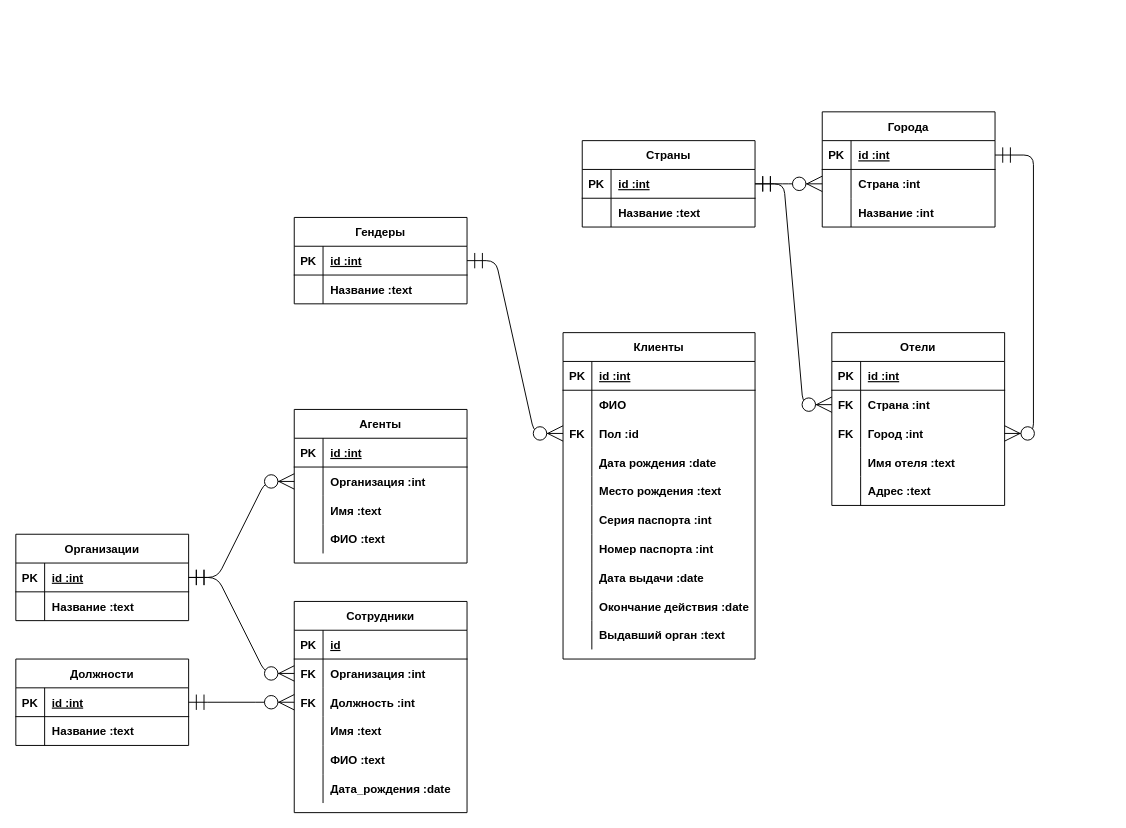
demicuz/diagrams keeps this draw.io diagram as diagrams/Untitled Diagram.drawio. Above is the earlier version. Source tidied: cells renumbered, new cells numbered last; positions are measured from the earlier drawing's top-left corner, leaving out a move shared by most shapes. Both pictures are drawn from the tidied source at 96%, with x=0, y=0 at pixel (15, 111).
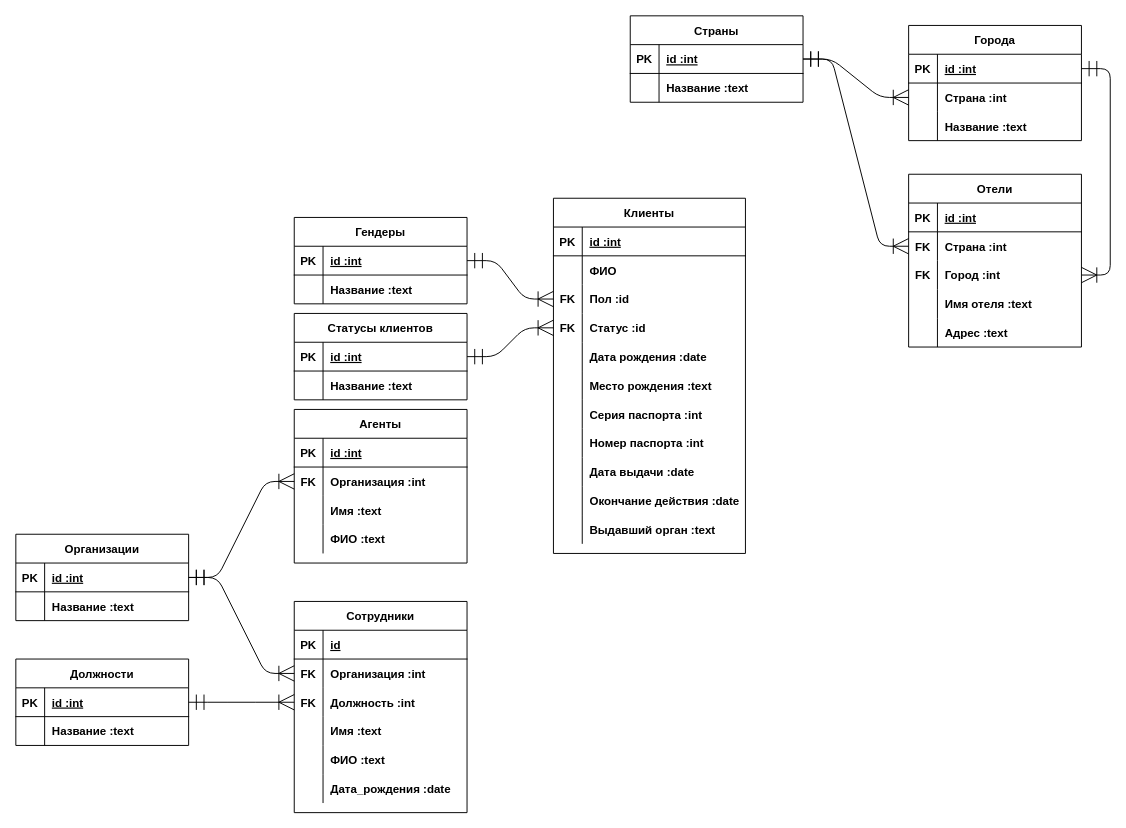
Above is the later version.

The change refers to these unchanged cells:
```xml
<mxCell id="6" style="shape=partialRectangle;fillColor=none;top=0;left=0;bottom=0;right=0;points=[[0,0.5],[1,0.5]];portConstraint=eastwest;" parent="2" vertex="1">
  <mxGeometry y="60" width="180" height="30" as="geometry" />
</mxCell>
<mxCell id="19" style="shape=partialRectangle;fillColor=none;top=0;left=0;bottom=0;right=0;points=[[0,0.5],[1,0.5]];portConstraint=eastwest;" parent="15" vertex="1">
  <mxGeometry y="60" width="180" height="30" as="geometry" />
</mxCell>
<mxCell id="22" style="shape=partialRectangle;fillColor=none;top=0;left=0;bottom=0;right=0;points=[[0,0.5],[1,0.5]];portConstraint=eastwest;" parent="15" vertex="1">
  <mxGeometry y="90" width="180" height="30" as="geometry" />
</mxCell>
<mxCell id="35" style="shape=partialRectangle;fillColor=none;top=0;left=0;bottom=1;right=0;points=[[0,0.5],[1,0.5]];portConstraint=eastwest;" parent="34" vertex="1">
  <mxGeometry y="30" width="180" height="30" as="geometry" />
</mxCell>
<mxCell id="46" style="shape=partialRectangle;fillColor=none;top=0;left=0;bottom=1;right=0;points=[[0,0.5],[1,0.5]];portConstraint=eastwest;" parent="45" vertex="1">
  <mxGeometry y="30" width="180" height="30" as="geometry" />
</mxCell>
<mxCell id="64" style="shape=partialRectangle;fillColor=none;top=0;left=0;bottom=0;right=0;points=[[0,0.5],[1,0.5]];portConstraint=eastwest;" parent="57" vertex="1">
  <mxGeometry y="90" width="200" height="30" as="geometry" />
</mxCell>
<mxCell id="89" style="shape=partialRectangle;fillColor=none;top=0;left=0;bottom=1;right=0;points=[[0,0.5],[1,0.5]];portConstraint=eastwest;" parent="88" vertex="1">
  <mxGeometry y="30" width="180" height="30" as="geometry" />
</mxCell>
<mxCell id="103" style="shape=partialRectangle;fillColor=none;top=0;left=0;bottom=0;right=0;points=[[0,0.5],[1,0.5]];portConstraint=eastwest;" parent="99" vertex="1">
  <mxGeometry y="60" width="180" height="30" as="geometry" />
</mxCell>
<mxCell id="106" style="shape=partialRectangle;fillColor=none;top=0;left=0;bottom=0;right=0;points=[[0,0.5],[1,0.5]];portConstraint=eastwest;" parent="99" vertex="1">
  <mxGeometry y="90" width="180" height="30" as="geometry" />
</mxCell>
<mxCell id="122" style="shape=partialRectangle;fillColor=none;top=0;left=0;bottom=1;right=0;points=[[0,0.5],[1,0.5]];portConstraint=eastwest;" parent="121" vertex="1">
  <mxGeometry y="30" width="180" height="30" as="geometry" />
</mxCell>
<mxCell id="132" style="shape=partialRectangle;fillColor=none;top=0;left=0;bottom=1;right=0;points=[[0,0.5],[1,0.5]];portConstraint=eastwest;" parent="131" vertex="1">
  <mxGeometry y="30" width="180" height="30" as="geometry" />
</mxCell>
<mxCell id="135" style="shape=partialRectangle;fillColor=none;top=0;left=0;bottom=0;right=0;points=[[0,0.5],[1,0.5]];portConstraint=eastwest;" parent="131" vertex="1">
  <mxGeometry y="60" width="180" height="30" as="geometry" />
</mxCell>
<mxCell id="138" style="shape=partialRectangle;fillColor=none;top=0;left=0;bottom=0;right=0;" parent="131" vertex="1">
  <mxGeometry y="90" width="180" height="30" as="geometry" />
</mxCell>
```

What changed in the source:
```diff
@@
-    <mxCell id="7" style="shape=partialRectangle;fillColor=none;top=0;left=0;bottom=0;right=0;overflow=hidden;" parent="6" vertex="1">
+    <mxCell id="7" value="FK" style="shape=partialRectangle;fillColor=none;top=0;left=0;bottom=0;right=0;overflow=hidden;fontStyle=1;" parent="6" vertex="1">
       <mxGeometry width="30" height="30" as="geometry" />
     </mxCell>
@@
-    <mxCell id="44" style="edgeStyle=entityRelationEdgeStyle;fontSize=12;html=1;endArrow=ERzeroToMany;startArrow=ERmandOne;startSize=14;endSize=14;sourcePerimeterSpacing=0;targetPerimeterSpacing=0;strokeColor=default;" parent="1" edge="1" source="35" target="22">
-      <mxGeometry relative="1" as="geometry" />
-    </mxCell>
@@
-    <mxCell id="55" style="edgeStyle=entityRelationEdgeStyle;fontSize=12;html=1;endArrow=ERzeroToMany;startArrow=ERmandOne;startSize=14;endSize=14;sourcePerimeterSpacing=0;targetPerimeterSpacing=0;strokeColor=default;" parent="1" edge="1" source="46" target="19">
-      <mxGeometry relative="1" as="geometry" />
-    </mxCell>
-    <mxCell id="56" style="edgeStyle=entityRelationEdgeStyle;fontSize=12;html=1;endArrow=ERzeroToMany;startArrow=ERmandOne;startSize=14;endSize=14;sourcePerimeterSpacing=0;targetPerimeterSpacing=0;strokeColor=default;" parent="1" edge="1" source="46" target="6">
-      <mxGeometry relative="1" as="geometry" />
-    </mxCell>
     <mxCell id="57" value="Клиенты" style="shape=table;startSize=30;childLayout=tableLayout;rowLines=0;fontStyle=1;align=center;hachureGap=4;" parent="1" vertex="1">
-      <mxGeometry x="570" y="230" width="200" height="340" as="geometry" />
+      <mxGeometry x="560" y="90" width="200" height="370" as="geometry" />
     </mxCell>
@@
+    <mxCell id="147" style="shape=partialRectangle;fillColor=none;top=0;left=0;bottom=0;right=0;points=[[0,0.5],[1,0.5]];portConstraint=eastwest;" parent="57" vertex="1">
+      <mxGeometry y="120" width="200" height="30" as="geometry" />
+    </mxCell>
+    <mxCell id="148" value="FK" style="shape=partialRectangle;fillColor=none;top=0;left=0;bottom=0;right=0;overflow=hidden;fontStyle=1;" parent="147" vertex="1">
+      <mxGeometry width="30" height="30" as="geometry" />
+    </mxCell>
+    <mxCell id="149" value="Статус :id" style="shape=partialRectangle;fillColor=none;top=0;left=0;bottom=0;right=0;align=left;spacingLeft=6;overflow=hidden;fontStyle=1;" parent="147" vertex="1">
+      <mxGeometry x="30" width="170" height="30" as="geometry" />
+    </mxCell>
     <mxCell id="67" style="shape=partialRectangle;fillColor=none;top=0;left=0;bottom=0;right=0;" parent="57" vertex="1">
-      <mxGeometry y="120" width="200" height="30" as="geometry" />
+      <mxGeometry y="150" width="200" height="30" as="geometry" />
     </mxCell>
@@
     <mxCell id="70" style="shape=partialRectangle;fillColor=none;top=0;left=0;bottom=0;right=0;" parent="57" vertex="1">
-      <mxGeometry y="150" width="200" height="30" as="geometry" />
+      <mxGeometry y="180" width="200" height="30" as="geometry" />
     </mxCell>
@@
     <mxCell id="73" style="shape=partialRectangle;fillColor=none;top=0;left=0;bottom=0;right=0;" parent="57" vertex="1">
-      <mxGeometry y="180" width="200" height="30" as="geometry" />
+      <mxGeometry y="210" width="200" height="30" as="geometry" />
     </mxCell>
@@
     <mxCell id="76" style="shape=partialRectangle;fillColor=none;top=0;left=0;bottom=0;right=0;" parent="57" vertex="1">
-      <mxGeometry y="210" width="200" height="30" as="geometry" />
+      <mxGeometry y="240" width="200" height="30" as="geometry" />
     </mxCell>
@@
     <mxCell id="79" style="shape=partialRectangle;fillColor=none;top=0;left=0;bottom=0;right=0;" parent="57" vertex="1">
-      <mxGeometry y="240" width="200" height="30" as="geometry" />
+      <mxGeometry y="270" width="200" height="30" as="geometry" />
     </mxCell>
@@
     <mxCell id="82" style="shape=partialRectangle;fillColor=none;top=0;left=0;bottom=0;right=0;" parent="57" vertex="1">
-      <mxGeometry y="270" width="200" height="30" as="geometry" />
+      <mxGeometry y="300" width="200" height="30" as="geometry" />
     </mxCell>
@@
     <mxCell id="85" style="shape=partialRectangle;fillColor=none;top=0;left=0;bottom=0;right=0;" parent="57" vertex="1">
-      <mxGeometry y="300" width="200" height="30" as="geometry" />
+      <mxGeometry y="330" width="200" height="30" as="geometry" />
     </mxCell>
@@
-    <mxCell id="98" style="edgeStyle=entityRelationEdgeStyle;fontSize=12;html=1;endArrow=ERzeroToMany;startArrow=ERmandOne;startSize=14;endSize=14;sourcePerimeterSpacing=0;targetPerimeterSpacing=0;strokeColor=default;" parent="1" edge="1" source="89" target="64">
-      <mxGeometry relative="1" as="geometry" />
-    </mxCell>
     <mxCell id="99" value="Отели" style="shape=table;startSize=30;childLayout=tableLayout;rowLines=0;fontStyle=1;align=center;hachureGap=4;" parent="1" vertex="1">
-      <mxGeometry x="850" y="230" width="180" height="180" as="geometry" />
+      <mxGeometry x="930" y="65" width="180" height="180" as="geometry" />
     </mxCell>
@@
     <mxCell id="121" value="Страны" style="shape=table;startSize=30;childLayout=tableLayout;rowLines=0;fontStyle=1;align=center;hachureGap=4;" parent="1" vertex="1">
-      <mxGeometry x="590" y="30" width="180" height="90" as="geometry" />
+      <mxGeometry x="640" y="-100" width="180" height="90" as="geometry" />
     </mxCell>
@@
     <mxCell id="131" value="Города" style="shape=table;startSize=30;childLayout=tableLayout;rowLines=0;fontStyle=1;align=center;hachureGap=4;" parent="1" vertex="1">
-      <mxGeometry x="840" width="180" height="120" as="geometry" />
+      <mxGeometry x="930" y="-90" width="180" height="120" as="geometry" />
     </mxCell>
@@
-    <mxCell id="140" value="Название :int" style="shape=partialRectangle;fillColor=none;top=0;left=0;bottom=0;right=0;align=left;spacingLeft=6;overflow=hidden;fontStyle=1;" parent="138" vertex="1">
+    <mxCell id="140" value="Название :text" style="shape=partialRectangle;fillColor=none;top=0;left=0;bottom=0;right=0;align=left;spacingLeft=6;overflow=hidden;fontStyle=1;" parent="138" vertex="1">
       <mxGeometry x="30" width="150" height="30" as="geometry" />
     </mxCell>
@@
+    <mxCell id="150" value="Статусы клиентов" style="shape=table;startSize=30;childLayout=tableLayout;rowLines=0;fontStyle=1;align=center;hachureGap=4;" parent="1" vertex="1">
+      <mxGeometry x="290" y="210" width="180" height="90" as="geometry" />
+    </mxCell>
+    <mxCell id="151" style="shape=partialRectangle;fillColor=none;top=0;left=0;bottom=1;right=0;points=[[0,0.5],[1,0.5]];portConstraint=eastwest;" parent="150" vertex="1">
+      <mxGeometry y="30" width="180" height="30" as="geometry" />
+    </mxCell>
+    <mxCell id="152" value="PK" style="shape=partialRectangle;fillColor=none;top=0;left=0;bottom=0;right=0;fontStyle=1;overflow=hidden;" parent="151" vertex="1">
+      <mxGeometry width="30" height="30" as="geometry" />
+    </mxCell>
+    <mxCell id="153" value="id :int" style="shape=partialRectangle;fillColor=none;top=0;left=0;bottom=0;right=0;align=left;spacingLeft=6;fontStyle=5;overflow=hidden;" parent="151" vertex="1">
+      <mxGeometry x="30" width="150" height="30" as="geometry" />
+    </mxCell>
+    <mxCell id="154" style="shape=partialRectangle;fillColor=none;top=0;left=0;bottom=0;right=0;" parent="150" vertex="1">
+      <mxGeometry y="60" width="180" height="30" as="geometry" />
+    </mxCell>
+    <mxCell id="155" style="shape=partialRectangle;fillColor=none;top=0;left=0;bottom=0;right=0;overflow=hidden;" parent="154" vertex="1">
+      <mxGeometry width="30" height="30" as="geometry" />
+    </mxCell>
+    <mxCell id="156" value="Название :text" style="shape=partialRectangle;fillColor=none;top=0;left=0;bottom=0;right=0;align=left;spacingLeft=6;overflow=hidden;fontStyle=1;" parent="154" vertex="1">
+      <mxGeometry x="30" width="150" height="30" as="geometry" />
+    </mxCell>
+    <mxCell id="157" style="shape=partialRectangle;fillColor=none;top=0;left=0;bottom=0;right=0;" parent="150" vertex="1">
+      <mxGeometry y="90" width="180" as="geometry" />
+    </mxCell>
+    <mxCell id="158" style="shape=partialRectangle;fillColor=none;top=0;left=0;bottom=0;right=0;overflow=hidden;" parent="157" vertex="1">
+      <mxGeometry width="30" as="geometry" />
+    </mxCell>
+    <mxCell id="159" style="shape=partialRectangle;fillColor=none;top=0;left=0;bottom=0;right=0;align=left;spacingLeft=6;overflow=hidden;" parent="157" vertex="1">
+      <mxGeometry x="30" width="150" as="geometry" />
+    </mxCell>
+    <mxCell id="160" style="shape=partialRectangle;fillColor=none;top=0;left=0;bottom=0;right=0;" parent="150" vertex="1">
+      <mxGeometry y="90" width="180" as="geometry" />
+    </mxCell>
+    <mxCell id="161" style="shape=partialRectangle;fillColor=none;top=0;left=0;bottom=0;right=0;overflow=hidden;" parent="160" vertex="1">
+      <mxGeometry width="30" as="geometry" />
+    </mxCell>
+    <mxCell id="162" style="shape=partialRectangle;fillColor=none;top=0;left=0;bottom=0;right=0;align=left;spacingLeft=6;overflow=hidden;" parent="160" vertex="1">
+      <mxGeometry x="30" width="150" as="geometry" />
+    </mxCell>
+    <mxCell id="44" style="edgeStyle=entityRelationEdgeStyle;fontSize=12;html=1;endArrow=ERoneToMany;startArrow=ERmandOne;startSize=14;endSize=14;sourcePerimeterSpacing=0;targetPerimeterSpacing=0;" parent="1" edge="1" source="35" target="22">
+      <mxGeometry relative="1" as="geometry" />
+    </mxCell>
+    <mxCell id="55" style="edgeStyle=entityRelationEdgeStyle;fontSize=12;html=1;endArrow=ERoneToMany;startArrow=ERmandOne;startSize=14;endSize=14;sourcePerimeterSpacing=0;targetPerimeterSpacing=0;" parent="1" edge="1" source="46" target="19">
+      <mxGeometry relative="1" as="geometry" />
+    </mxCell>
+    <mxCell id="56" style="edgeStyle=entityRelationEdgeStyle;fontSize=12;html=1;endArrow=ERoneToMany;startArrow=ERmandOne;startSize=14;endSize=14;sourcePerimeterSpacing=0;targetPerimeterSpacing=0;" parent="1" edge="1" source="46" target="6">
+      <mxGeometry relative="1" as="geometry" />
+    </mxCell>
+    <mxCell id="163" style="edgeStyle=entityRelationEdgeStyle;fontSize=12;html=1;endArrow=ERoneToMany;startArrow=ERmandOne;startSize=14;endSize=14;sourcePerimeterSpacing=0;targetPerimeterSpacing=0;" parent="1" edge="1" source="151" target="147">
+      <mxGeometry relative="1" as="geometry" />
+    </mxCell>
+    <mxCell id="98" style="edgeStyle=entityRelationEdgeStyle;fontSize=12;html=1;endArrow=ERoneToMany;startArrow=ERmandOne;startSize=14;endSize=14;sourcePerimeterSpacing=0;targetPerimeterSpacing=0;" parent="1" edge="1" source="89" target="64">
+      <mxGeometry relative="1" as="geometry" />
+    </mxCell>
+    <mxCell id="145" style="edgeStyle=entityRelationEdgeStyle;fontSize=12;html=1;endArrow=ERoneToMany;startArrow=ERmandOne;startSize=14;endSize=14;sourcePerimeterSpacing=0;targetPerimeterSpacing=0;" parent="1" edge="1" source="122" target="103">
+      <mxGeometry relative="1" as="geometry" />
+    </mxCell>
-    <mxCell id="144" style="edgeStyle=entityRelationEdgeStyle;fontSize=12;html=1;endArrow=ERzeroToMany;startArrow=ERmandOne;startSize=14;endSize=14;sourcePerimeterSpacing=0;targetPerimeterSpacing=0;strokeColor=default;" parent="1" edge="1" source="122" target="135">
+    <mxCell id="144" style="edgeStyle=entityRelationEdgeStyle;fontSize=12;html=1;endArrow=ERoneToMany;startArrow=ERmandOne;startSize=14;endSize=14;sourcePerimeterSpacing=0;targetPerimeterSpacing=0;" parent="1" edge="1" source="122" target="135">
       <mxGeometry relative="1" as="geometry" />
     </mxCell>
-    <mxCell id="145" style="edgeStyle=entityRelationEdgeStyle;fontSize=12;html=1;endArrow=ERzeroToMany;startArrow=ERmandOne;startSize=14;endSize=14;sourcePerimeterSpacing=0;targetPerimeterSpacing=0;strokeColor=default;" parent="1" edge="1" source="122" target="103">
-      <mxGeometry relative="1" as="geometry" />
-    </mxCell>
-    <mxCell id="146" style="edgeStyle=entityRelationEdgeStyle;fontSize=12;html=1;endArrow=ERzeroToMany;startArrow=ERmandOne;startSize=14;endSize=14;sourcePerimeterSpacing=0;targetPerimeterSpacing=0;strokeColor=default;" parent="1" edge="1" source="132" target="106">
+    <mxCell id="146" style="edgeStyle=entityRelationEdgeStyle;fontSize=12;html=1;endArrow=ERoneToMany;startArrow=ERmandOne;startSize=14;endSize=14;sourcePerimeterSpacing=0;targetPerimeterSpacing=0;" parent="1" edge="1" source="132" target="106">
       <mxGeometry relative="1" as="geometry" />
     </mxCell>
```
